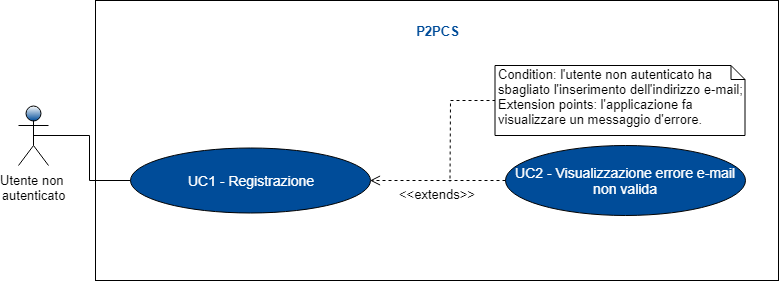
Earlier version of the draw.io export RR/Esterni/Analisi_dei_requisiti/res/images/Schemagenerale3.png (ZeusCode17/P2PCS). Source tidied: cells renumbered, new cells last; positions are measured from the earlier drawing's top-left corner, leaving out a move shared by most shapes.
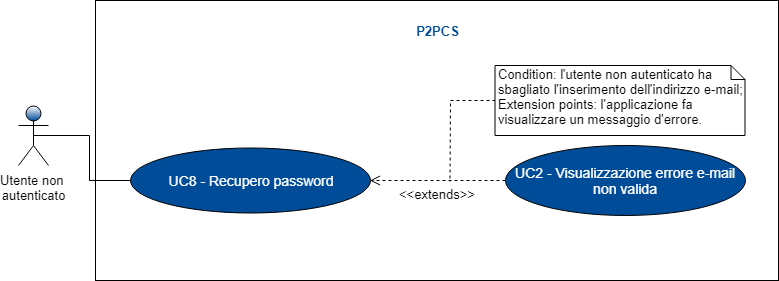
The same diagram one commit later.

Diff of the diagram source:
```diff
@@ -11,7 +11,7 @@
     <mxCell id="4" value="Utente non &lt;br&gt;autenticato&lt;br style=&quot;font-size: 13px&quot;&gt;" style="shape=umlActor;verticalLabelPosition=bottom;labelBackgroundColor=#ffffff;verticalAlign=top;html=1;shadow=0;strokeColor=#000000;fillColor=#004C99;gradientColor=#ffffff;fontFamily=Helvetica;fontSize=13;fontColor=#000000;gradientDirection=north;" parent="1" vertex="1">
       <mxGeometry y="105" width="30" height="60" as="geometry" />
     </mxCell>
-    <mxCell id="5" value="UC1 - Registrazione&lt;br&gt;" style="ellipse;whiteSpace=wrap;html=1;fontSize=14;fontColor=#FFFFFF;fillColor=#004C99;" parent="1" vertex="1">
+    <mxCell id="5" value="UC8 - Recupero password&lt;br&gt;" style="ellipse;whiteSpace=wrap;html=1;fontSize=14;fontColor=#FFFFFF;fillColor=#004C99;" parent="1" vertex="1">
       <mxGeometry x="111.5" y="147.5" width="240" height="65" as="geometry" />
     </mxCell>
     <mxCell id="6" value="UC2 - Visualizzazione errore e-mail non valida" style="ellipse;whiteSpace=wrap;html=1;fontSize=14;fontColor=#FFFFFF;fillColor=#004C99;" parent="1" vertex="1">
```
